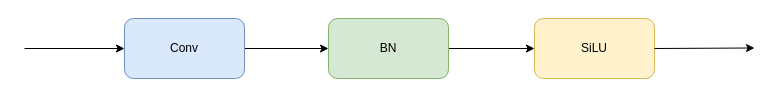
Before: ConvBNSiLU.drawio in 225ceV/-, a draw.io diagram. Source tidied: cells renumbered, new cells numbered last; positions are measured from the earlier drawing's top-left corner, leaving out a move shared by most shapes. Both pictures are drawn from the tidied source at 100%, with x=0, y=0 at pixel (24, 18).
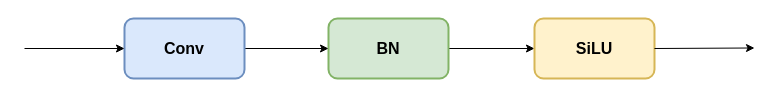
The same page after the edit.

The edit, as a diff of the source:
```diff
@@
 <mxGraphModel>
   <root>
     <mxCell id="0" />
     <mxCell id="1" parent="0" />
     <mxCell id="2" style="edgeStyle=orthogonalEdgeStyle;rounded=0;jettySize=auto;html=1;entryX=0;entryY=0.5;entryDx=0;entryDy=0;" parent="1" edge="1" source="3" target="6">
       <mxGeometry relative="1" as="geometry" />
     </mxCell>
-    <mxCell id="3" value="BN" style="rounded=1;whiteSpace=wrap;html=1;fillColor=#d5e8d4;strokeColor=#82b366;" parent="1" vertex="1">
+    <mxCell id="3" value="&lt;font style=&quot;font-size: 16px;&quot;&gt;&lt;b&gt;BN&lt;/b&gt;&lt;/font&gt;" style="rounded=1;whiteSpace=wrap;html=1;fillColor=#d5e8d4;strokeColor=#82b366;strokeWidth=2;" parent="1" vertex="1">
       <mxGeometry x="304" width="120" height="60" as="geometry" />
     </mxCell>
     <mxCell id="4" style="edgeStyle=orthogonalEdgeStyle;rounded=0;jettySize=auto;html=1;entryX=0;entryY=0.5;entryDx=0;entryDy=0;" parent="1" edge="1" source="5" target="3">
       <mxGeometry relative="1" as="geometry" />
     </mxCell>
-    <mxCell id="5" value="Conv" style="rounded=1;whiteSpace=wrap;html=1;fillColor=#dae8fc;strokeColor=#6c8ebf;" parent="1" vertex="1">
+    <mxCell id="5" value="&lt;font style=&quot;font-size: 16px;&quot;&gt;&lt;b&gt;Conv&lt;/b&gt;&lt;/font&gt;" style="rounded=1;whiteSpace=wrap;html=1;fillColor=#dae8fc;strokeColor=#6c8ebf;strokeWidth=2;" parent="1" vertex="1">
       <mxGeometry x="100" width="120" height="60" as="geometry" />
     </mxCell>
-    <mxCell id="6" value="SiLU" style="rounded=1;whiteSpace=wrap;html=1;fillColor=#fff2cc;strokeColor=#d6b656;" parent="1" vertex="1">
+    <mxCell id="6" value="&lt;font style=&quot;font-size: 16px;&quot;&gt;&lt;b&gt;SiLU&lt;/b&gt;&lt;/font&gt;" style="rounded=1;whiteSpace=wrap;html=1;fillColor=#fff2cc;strokeColor=#d6b656;strokeWidth=2;" parent="1" vertex="1">
       <mxGeometry x="510" width="120" height="60" as="geometry" />
     </mxCell>
     <mxCell id="7" style="endArrow=classic;html=1;rounded=0;entryX=0;entryY=0.5;entryDx=0;entryDy=0;" parent="1" edge="1" target="5">
       <mxGeometry relative="1" as="geometry">
         <mxPoint y="30" as="sourcePoint" />
       </mxGeometry>
     </mxCell>
     <mxCell id="8" style="endArrow=classic;html=1;rounded=0;entryX=0;entryY=0.5;entryDx=0;entryDy=0;exitX=1;exitY=0.5;exitDx=0;exitDy=0;" parent="1" edge="1" source="6">
       <mxGeometry relative="1" as="geometry">
         <mxPoint x="730" y="29.5" as="targetPoint" />
       </mxGeometry>
     </mxCell>
   </root>
 </mxGraphModel>
```
